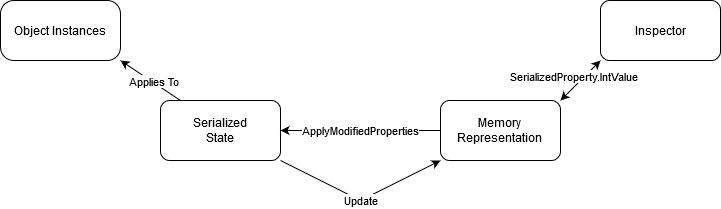
Above: Images/SerializedPropertyDiagram.png in JurjenBiewenga/EditorBook (draw.io), before the change. Source tidied: cells renumbered, new cells last; positions are measured from the earlier drawing's top-left corner, leaving out a move shared by most shapes.
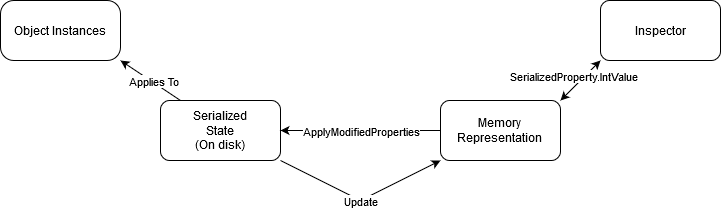
After the commit.

Commit message:
Tried to make it more clear that the serialized state is on disk

Change to the diagram source:
```diff
@@ -26,7 +26,7 @@
         <mxPoint y="-5.7" as="offset" />
       </mxGeometry>
     </mxCell>
-    <mxCell id="8" value="&lt;div&gt;Serialized&lt;/div&gt;&lt;div&gt;State&lt;br&gt;&lt;/div&gt;" style="rounded=1;whiteSpace=wrap;html=1;" parent="1" vertex="1">
+    <mxCell id="8" value="&lt;div&gt;Serialized&lt;/div&gt;&lt;div&gt;State&lt;/div&gt;&lt;div&gt;(On disk)&lt;/div&gt;" style="rounded=1;whiteSpace=wrap;html=1;" parent="1" vertex="1">
       <mxGeometry x="160" y="100" width="120" height="60" as="geometry" />
     </mxCell>
     <mxCell id="9" value="&lt;div&gt;Memory&lt;/div&gt;&lt;div&gt;Representation&lt;br&gt;&lt;/div&gt;" style="rounded=1;whiteSpace=wrap;html=1;" parent="1" vertex="1">
```
